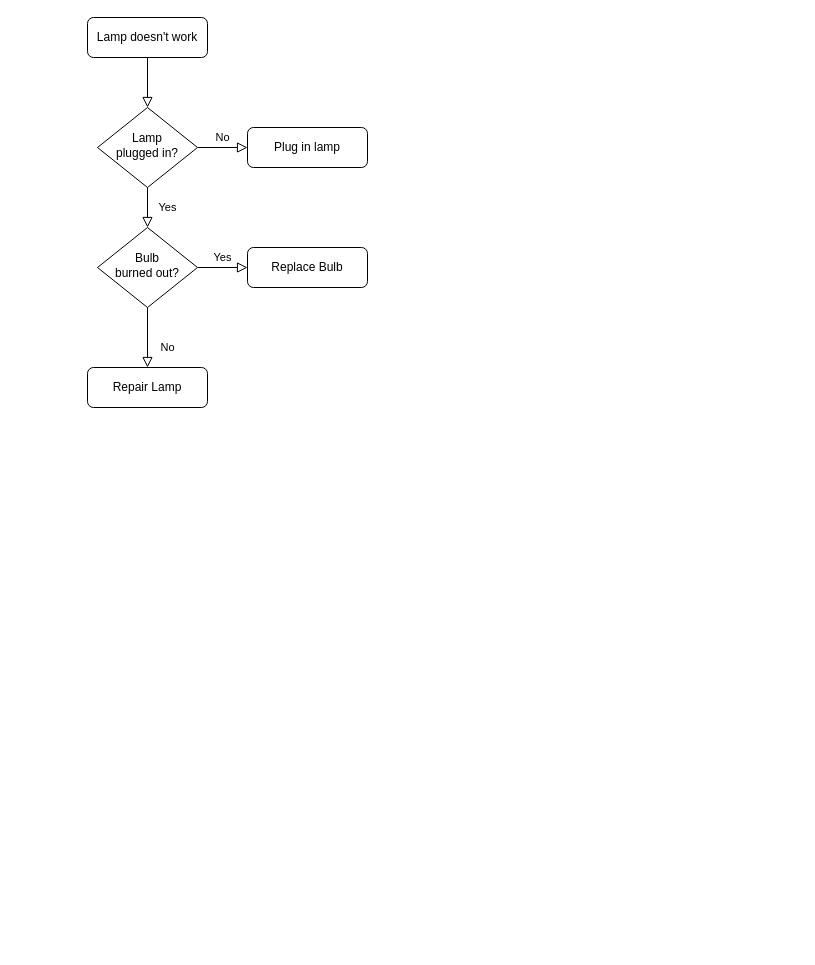
Polar-Tang/Acme-Ecommerce keeps this draw.io diagram as Untitled Diagram.drawio. Above is the earlier version. Source tidied: cells renumbered, new cells numbered last; positions are measured from the earlier drawing's top-left corner, leaving out a move shared by most shapes. Both pictures are drawn from the tidied source at 100%, with x=0, y=0 at pixel (87, 17).
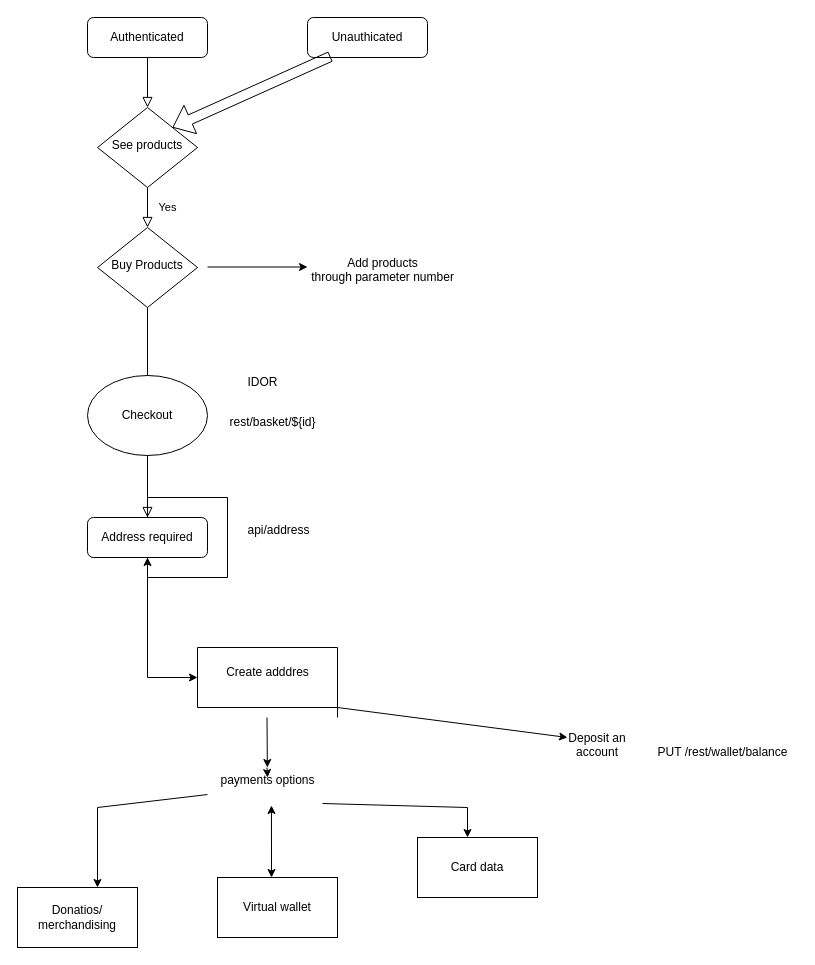
The same page after the edit.

Diff of the diagram source:
```diff
@@
-    <mxCell id="3" value="Lamp doesn't work" style="rounded=1;whiteSpace=wrap;html=1;fontSize=12;glass=0;strokeWidth=1;shadow=0;" parent="1" vertex="1">
+    <mxCell id="3" value="Authenticated" style="rounded=1;whiteSpace=wrap;html=1;fontSize=12;glass=0;strokeWidth=1;shadow=0;" parent="1" vertex="1">
       <mxGeometry width="120" height="40" as="geometry" />
     </mxCell>
@@
-    <mxCell id="5" value="No" style="edgeStyle=orthogonalEdgeStyle;rounded=0;html=1;jettySize=auto;fontSize=11;endArrow=block;endFill=0;endSize=8;strokeWidth=1;shadow=0;labelBackgroundColor=none;" parent="1" edge="1" source="6" target="7">
-      <mxGeometry y="10" relative="1" as="geometry" />
-    </mxCell>
-    <mxCell id="6" value="Lamp&lt;br&gt;plugged in?" style="rhombus;whiteSpace=wrap;html=1;shadow=0;fontFamily=Helvetica;fontSize=12;align=center;strokeWidth=1;spacing=6;spacingTop=-4;" parent="1" vertex="1">
+    <mxCell id="6" value="See products" style="rhombus;whiteSpace=wrap;html=1;shadow=0;fontFamily=Helvetica;fontSize=12;align=center;strokeWidth=1;spacing=6;spacingTop=-4;" parent="1" vertex="1">
       <mxGeometry x="10" y="90" width="100" height="80" as="geometry" />
     </mxCell>
-    <mxCell id="7" value="Plug in lamp" style="rounded=1;whiteSpace=wrap;html=1;fontSize=12;glass=0;strokeWidth=1;shadow=0;" parent="1" vertex="1">
-      <mxGeometry x="160" y="110" width="120" height="40" as="geometry" />
-    </mxCell>
@@
-    <mxCell id="9" value="Yes" style="edgeStyle=orthogonalEdgeStyle;rounded=0;html=1;jettySize=auto;fontSize=11;endArrow=block;endFill=0;endSize=8;strokeWidth=1;shadow=0;labelBackgroundColor=none;" parent="1" edge="1" source="10" target="12">
-      <mxGeometry y="10" relative="1" as="geometry" />
-    </mxCell>
-    <mxCell id="10" value="Bulb&lt;br&gt;burned out?" style="rhombus;whiteSpace=wrap;html=1;shadow=0;fontFamily=Helvetica;fontSize=12;align=center;strokeWidth=1;spacing=6;spacingTop=-4;" parent="1" vertex="1">
+    <mxCell id="10" value="Buy Products" style="rhombus;whiteSpace=wrap;html=1;shadow=0;fontFamily=Helvetica;fontSize=12;align=center;strokeWidth=1;spacing=6;spacingTop=-4;" parent="1" vertex="1">
       <mxGeometry x="10" y="210" width="100" height="80" as="geometry" />
     </mxCell>
-    <mxCell id="11" value="Repair Lamp" style="rounded=1;whiteSpace=wrap;html=1;fontSize=12;glass=0;strokeWidth=1;shadow=0;" parent="1" vertex="1">
-      <mxGeometry y="350" width="120" height="40" as="geometry" />
+    <mxCell id="11" value="Address required" style="rounded=1;whiteSpace=wrap;html=1;fontSize=12;glass=0;strokeWidth=1;shadow=0;" parent="1" vertex="1">
+      <mxGeometry y="500" width="120" height="40" as="geometry" />
     </mxCell>
-    <mxCell id="12" value="Replace Bulb" style="rounded=1;whiteSpace=wrap;html=1;fontSize=12;glass=0;strokeWidth=1;shadow=0;" parent="1" vertex="1">
-      <mxGeometry x="160" y="230" width="120" height="40" as="geometry" />
-    </mxCell>
+    <mxCell id="13" value="Unauthicated" style="rounded=1;whiteSpace=wrap;html=1;fontSize=12;glass=0;strokeWidth=1;shadow=0;" parent="1" vertex="1">
+      <mxGeometry x="220" width="120" height="40" as="geometry" />
+    </mxCell>
+    <mxCell id="14" style="shape=flexArrow;endArrow=classic;html=1;rounded=0;exitX=0.192;exitY=0.975;exitDx=0;exitDy=0;exitPerimeter=0;entryX=1;entryY=0;entryDx=0;entryDy=0;" parent="1" edge="1" source="13" target="6">
+      <mxGeometry relative="1" as="geometry" />
+    </mxCell>
+    <mxCell id="15" style="endArrow=classic;html=1;rounded=0;exitX=0.5;exitY=1;exitDx=0;exitDy=0;" parent="1" edge="1" target="16">
+      <mxGeometry relative="1" as="geometry">
+        <mxPoint x="60" y="540" as="sourcePoint" />
+        <Array as="points">
+          <mxPoint x="60" y="660" />
+        </Array>
+      </mxGeometry>
+    </mxCell>
+    <mxCell id="16" style="swimlane;startSize=0;" parent="1" vertex="1">
+      <mxGeometry x="110" y="630" width="140" height="60" as="geometry" />
+    </mxCell>
+    <mxCell id="17" value="Create adddres" style="text;html=1;align=center;verticalAlign=middle;strokeColor=none;fillColor=none;" parent="16" vertex="1">
+      <mxGeometry x="15" y="10" width="110" height="30" as="geometry" />
+    </mxCell>
+    <mxCell id="18" style="endArrow=classic;html=1;rounded=0;" parent="1" edge="1" source="20">
+      <mxGeometry relative="1" as="geometry">
+        <mxPoint x="180" y="760" as="targetPoint" />
+        <Array as="points">
+          <mxPoint x="179.5" y="750" />
+        </Array>
+      </mxGeometry>
+    </mxCell>
+    <mxCell id="19" style="endArrow=classic;html=1;rounded=0;" parent="1" edge="1" target="20">
+      <mxGeometry relative="1" as="geometry">
+        <mxPoint x="179.5" y="700" as="sourcePoint" />
+      </mxGeometry>
+    </mxCell>
+    <mxCell id="20" value="&lt;div&gt;payments options&lt;/div&gt;&lt;div&gt;&lt;br&gt;&lt;/div&gt;" style="text;html=1;align=center;verticalAlign=middle;points=[];strokeColor=none;fillColor=none;" parent="1" vertex="1">
+      <mxGeometry x="120" y="750" width="120" height="40" as="geometry" />
+    </mxCell>
+    <mxCell id="21" style="endArrow=classic;html=1;rounded=0;exitX=0.958;exitY=0.9;exitDx=0;exitDy=0;exitPerimeter=0;" parent="1" edge="1" source="20">
+      <mxGeometry relative="1" as="geometry">
+        <mxPoint x="380" y="820" as="targetPoint" />
+        <Array as="points">
+          <mxPoint x="380" y="790" />
+        </Array>
+      </mxGeometry>
+    </mxCell>
+    <mxCell id="22" value="Card data" style="whiteSpace=wrap;html=1;" parent="1" vertex="1">
+      <mxGeometry x="330" y="820" width="120" height="60" as="geometry" />
+    </mxCell>
+    <mxCell id="23" style="endArrow=classic;startArrow=classic;html=1;rounded=0;entryX=0.533;entryY=0.95;entryDx=0;entryDy=0;entryPerimeter=0;" parent="1" edge="1" target="20">
+      <mxGeometry relative="1" as="geometry">
+        <mxPoint x="184" y="860" as="sourcePoint" />
+      </mxGeometry>
+    </mxCell>
+    <mxCell id="24" value="Virtual wallet" style="whiteSpace=wrap;html=1;" parent="1" vertex="1">
+      <mxGeometry x="130" y="860" width="120" height="60" as="geometry" />
+    </mxCell>
+    <mxCell id="25" style="edgeStyle=none;jettySize=auto;html=1;rounded=0;" parent="1" edge="1" source="20">
+      <mxGeometry relative="1" as="geometry">
+        <mxPoint x="10" y="870" as="targetPoint" />
+        <Array as="points">
+          <mxPoint x="10" y="790" />
+        </Array>
+      </mxGeometry>
+    </mxCell>
+    <mxCell id="26" value="Donatios/ merchandising" style="whiteSpace=wrap;html=1;" parent="1" vertex="1">
+      <mxGeometry x="-70" y="870" width="120" height="60" as="geometry" />
+    </mxCell>
+    <mxCell id="27" value="rest/basket/${id}" style="text;html=1;align=center;verticalAlign=middle;strokeColor=none;fillColor=none;" parent="1" vertex="1">
+      <mxGeometry x="130" y="390" width="110" height="30" as="geometry" />
+    </mxCell>
+    <mxCell id="28" style="edgeStyle=none;orthogonalLoop=1;jettySize=auto;html=1;rounded=0;" parent="1" edge="1">
+      <mxGeometry relative="1" as="geometry">
+        <mxPoint x="120" y="249.5" as="sourcePoint" />
+        <mxPoint x="220" y="249.5" as="targetPoint" />
+      </mxGeometry>
+    </mxCell>
+    <mxCell id="29" value="&lt;div&gt;Add products&lt;/div&gt;&lt;div&gt;through parameter number&lt;/div&gt;&lt;div&gt;&lt;br&gt;&lt;/div&gt;" style="text;html=1;align=center;verticalAlign=middle;strokeColor=none;fillColor=none;" parent="1" vertex="1">
+      <mxGeometry x="210" y="230" width="170" height="60" as="geometry" />
+    </mxCell>
+    <mxCell id="30" value="&lt;div&gt;Deposit an account&lt;/div&gt;&lt;div&gt;&lt;br&gt;&lt;/div&gt;" style="text;html=1;align=center;verticalAlign=middle;whiteSpace=wrap;rounded=0;" parent="1" vertex="1">
+      <mxGeometry x="480" y="720" width="60" height="30" as="geometry" />
+    </mxCell>
+    <mxCell id="31" style="endArrow=classic;html=1;rounded=0;entryX=0;entryY=0;entryDx=0;entryDy=0;" parent="1" edge="1" target="30">
+      <mxGeometry relative="1" as="geometry">
+        <mxPoint x="250" y="700" as="sourcePoint" />
+        <Array as="points">
+          <mxPoint x="250" y="690" />
+        </Array>
+      </mxGeometry>
+    </mxCell>
+    <mxCell id="32" value="PUT /rest/wallet/balance" style="text;html=1;align=center;verticalAlign=middle;strokeColor=none;fillColor=none;" parent="1" vertex="1">
+      <mxGeometry x="560" y="720" width="150" height="30" as="geometry" />
+    </mxCell>
+    <mxCell id="33" style="edgeStyle=orthogonalEdgeStyle;rounded=0;orthogonalLoop=1;jettySize=auto;html=1;exitX=0.5;exitY=0;exitDx=0;exitDy=0;" parent="1" edge="1" source="11" target="11">
+      <mxGeometry relative="1" as="geometry" />
+    </mxCell>
+    <mxCell id="34" value="Checkout" style="ellipse;whiteSpace=wrap;html=1;" parent="1" vertex="1">
+      <mxGeometry y="358" width="120" height="80" as="geometry" />
+    </mxCell>
+    <mxCell id="35" value="IDOR" style="text;html=1;align=center;verticalAlign=middle;strokeColor=none;fillColor=none;" parent="1" vertex="1">
+      <mxGeometry x="150" y="350" width="50" height="30" as="geometry" />
+    </mxCell>
+    <mxCell id="36" value="api/address" style="text;html=1;align=center;verticalAlign=middle;strokeColor=none;fillColor=none;" parent="1" vertex="1">
+      <mxGeometry x="146" y="498" width="90" height="30" as="geometry" />
+    </mxCell>
```
